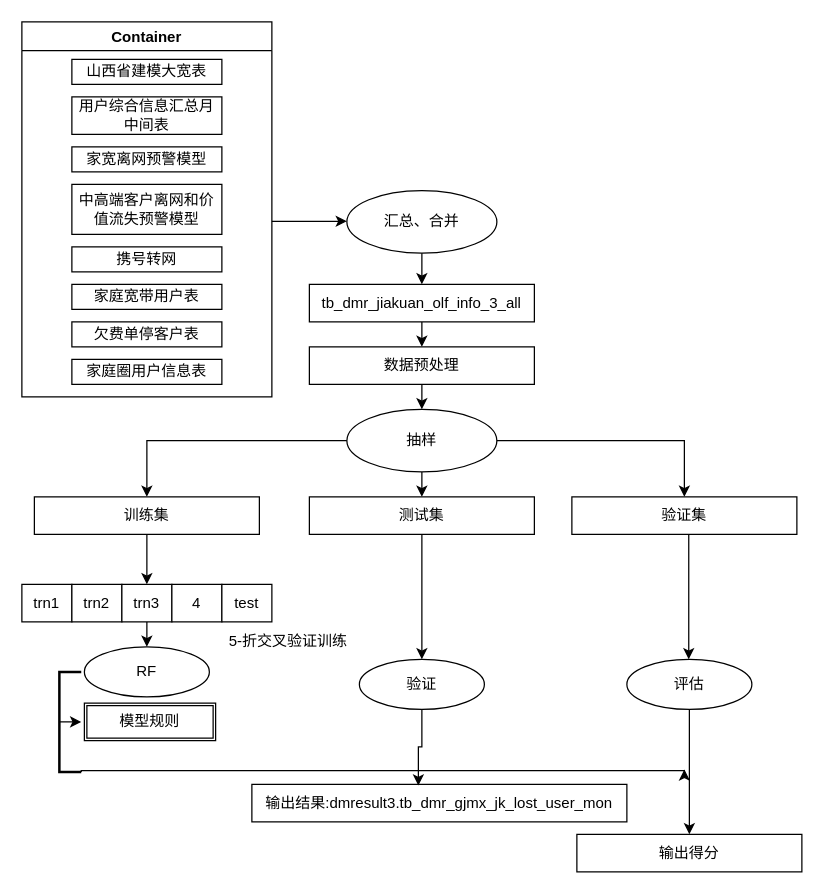
The draw.io diagram img/Untitled Diagram.drawio in BabyNana1996/lianjia, before the edit. Source tidied: cells renumbered, new cells numbered last; positions are measured from the earlier drawing's top-left corner, leaving out a move shared by most shapes. Both pictures are drawn from the tidied source at 125%, with x=0, y=0 at pixel (21, 21).
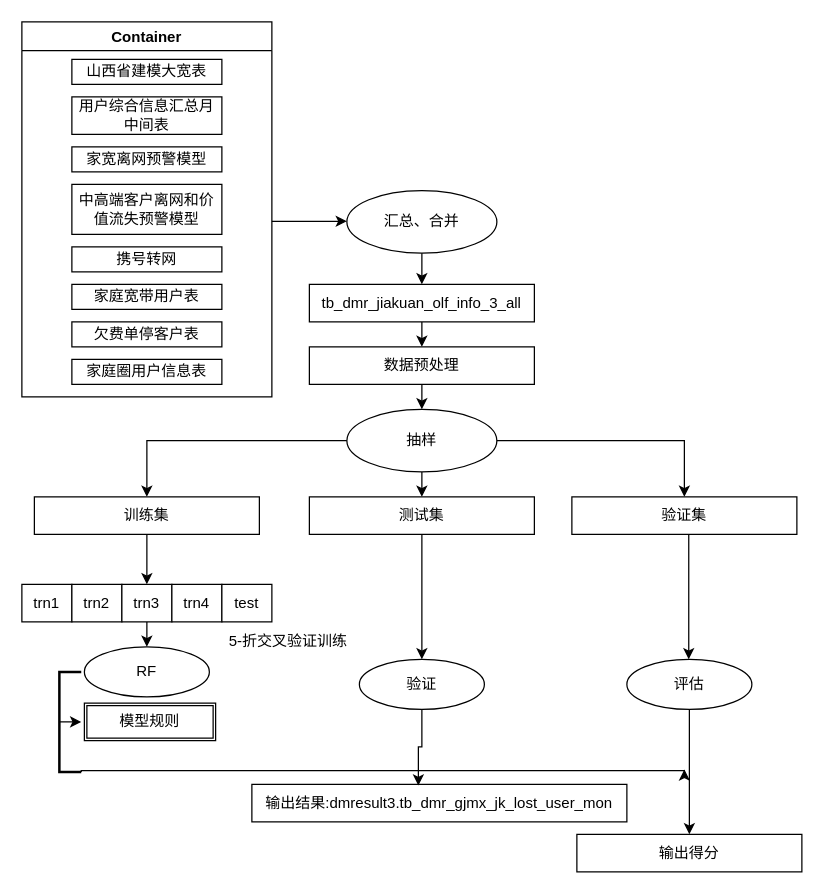
After the change.

What changed in the source:
```diff
@@
-    <mxCell id="35" value="4" style="rounded=0;whiteSpace=wrap;html=1;" parent="1" vertex="1">
+    <mxCell id="35" value="trn4" style="rounded=0;whiteSpace=wrap;html=1;" parent="1" vertex="1">
       <mxGeometry x="120" y="450" width="40" height="30" as="geometry" />
     </mxCell>
```
